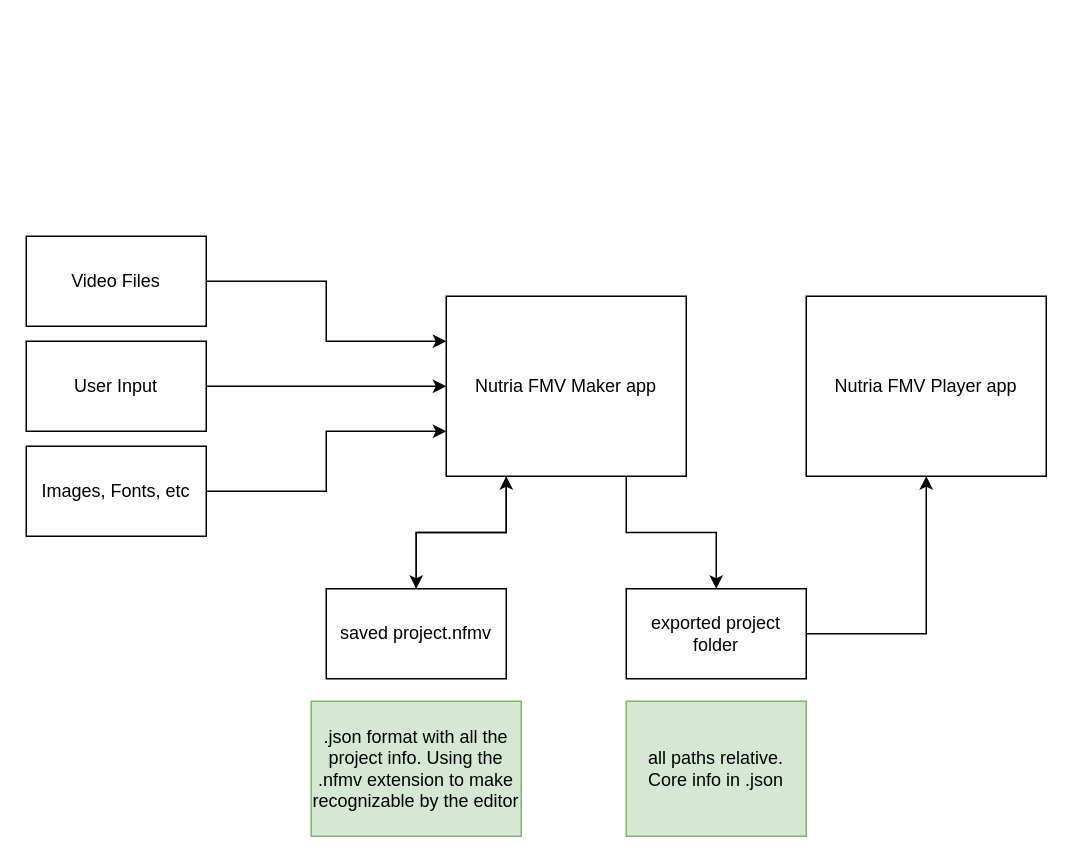
Before: page "Project I/O Diagram" (1 of 7) of Nutria FMV.drawio in k-pasta/Nutria_FMV_Maker, a draw.io diagram. Source tidied: cells renumbered, new cells numbered last; positions are measured from the earlier drawing's top-left corner, leaving out a move shared by most shapes. Both pictures are drawn from the tidied source at 150%, with x=0, y=0 at pixel (26, 236).
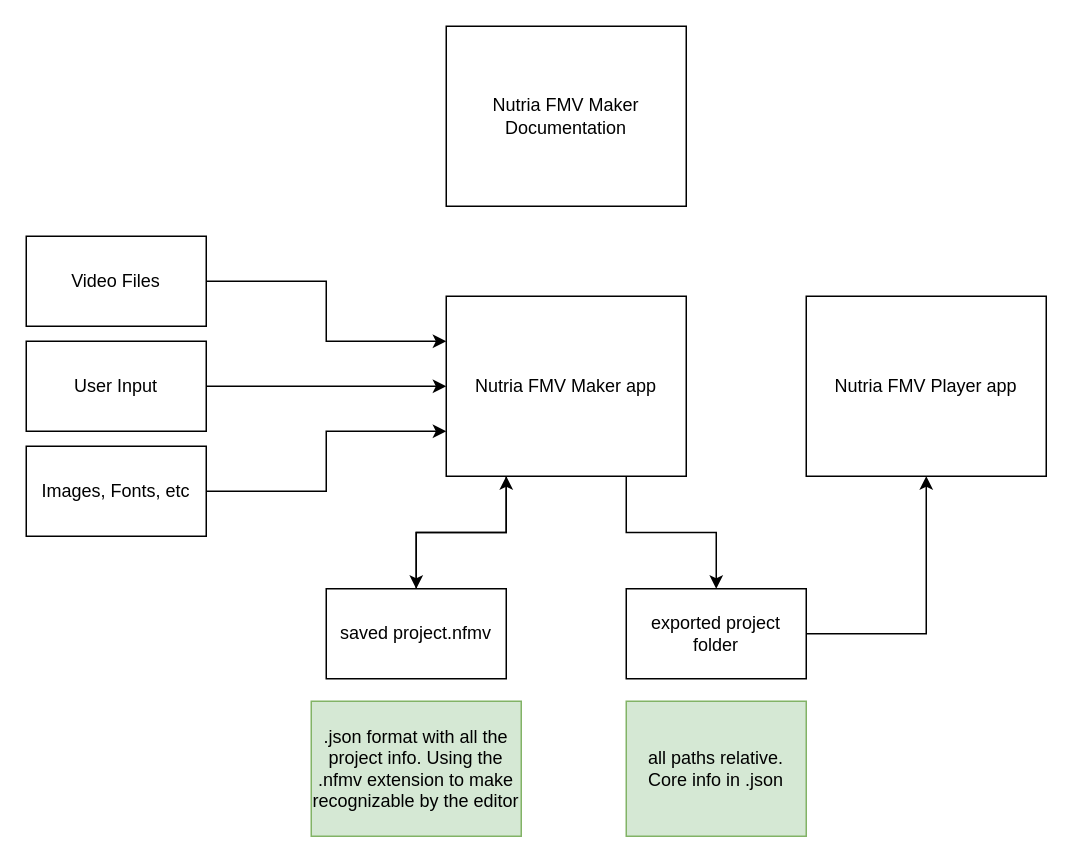
After the change.

The edit, as a diff of the source:
```diff
@@
 <mxGraphModel>
   <root>
     <mxCell id="0" />
     <mxCell id="1" parent="0" />
     <mxCell id="2" style="edgeStyle=orthogonalEdgeStyle;rounded=0;jettySize=auto;html=1;entryX=0.5;entryY=0;entryDx=0;entryDy=0;exitX=0.25;exitY=1;exitDx=0;exitDy=0;" parent="1" edge="1" source="4" target="6">
       <mxGeometry relative="1" as="geometry" />
     </mxCell>
     <mxCell id="3" style="edgeStyle=orthogonalEdgeStyle;rounded=0;jettySize=auto;html=1;exitX=0.75;exitY=1;exitDx=0;exitDy=0;entryX=0.5;entryY=0;entryDx=0;entryDy=0;" parent="1" edge="1" source="4" target="15">
       <mxGeometry relative="1" as="geometry" />
     </mxCell>
     <mxCell id="4" value="Nutria FMV Maker app" style="rounded=0;whiteSpace=wrap;html=1;" parent="1" vertex="1">
       <mxGeometry x="280" y="40" width="160" height="120" as="geometry" />
     </mxCell>
     <mxCell id="5" style="edgeStyle=orthogonalEdgeStyle;rounded=0;jettySize=auto;html=1;entryX=0.25;entryY=1;entryDx=0;entryDy=0;" parent="1" edge="1" source="6" target="4">
       <mxGeometry relative="1" as="geometry" />
     </mxCell>
     <mxCell id="6" value="saved project.nfmv" style="rounded=0;whiteSpace=wrap;html=1;" parent="1" vertex="1">
       <mxGeometry x="200" y="235" width="120" height="60" as="geometry" />
     </mxCell>
     <mxCell id="7" style="edgeStyle=orthogonalEdgeStyle;rounded=0;jettySize=auto;html=1;entryX=0;entryY=0.75;entryDx=0;entryDy=0;" parent="1" edge="1" source="8" target="4">
       <mxGeometry relative="1" as="geometry" />
     </mxCell>
     <mxCell id="8" value="Images, Fonts, etc" style="rounded=0;whiteSpace=wrap;html=1;" parent="1" vertex="1">
       <mxGeometry y="140" width="120" height="60" as="geometry" />
     </mxCell>
     <mxCell id="9" value="Nutria FMV Player app" style="rounded=0;whiteSpace=wrap;html=1;" parent="1" vertex="1">
       <mxGeometry x="520" y="40" width="160" height="120" as="geometry" />
     </mxCell>
     <mxCell id="10" style="edgeStyle=orthogonalEdgeStyle;rounded=0;jettySize=auto;html=1;entryX=0;entryY=0.25;entryDx=0;entryDy=0;" parent="1" edge="1" source="11" target="4">
       <mxGeometry relative="1" as="geometry" />
     </mxCell>
     <mxCell id="11" value="Video Files" style="rounded=0;whiteSpace=wrap;html=1;" parent="1" vertex="1">
       <mxGeometry width="120" height="60" as="geometry" />
     </mxCell>
     <mxCell id="12" style="edgeStyle=orthogonalEdgeStyle;rounded=0;jettySize=auto;html=1;entryX=0;entryY=0.5;entryDx=0;entryDy=0;" parent="1" edge="1" source="13" target="4">
       <mxGeometry relative="1" as="geometry" />
     </mxCell>
     <mxCell id="13" value="User Input" style="rounded=0;whiteSpace=wrap;html=1;" parent="1" vertex="1">
       <mxGeometry y="70" width="120" height="60" as="geometry" />
     </mxCell>
     <mxCell id="14" style="edgeStyle=orthogonalEdgeStyle;rounded=0;jettySize=auto;html=1;entryX=0.5;entryY=1;entryDx=0;entryDy=0;exitX=1;exitY=0.5;exitDx=0;exitDy=0;" parent="1" edge="1" source="15" target="9">
       <mxGeometry relative="1" as="geometry" />
     </mxCell>
     <mxCell id="15" value="exported project folder" style="rounded=0;whiteSpace=wrap;html=1;" parent="1" vertex="1">
       <mxGeometry x="400" y="235" width="120" height="60" as="geometry" />
     </mxCell>
     <mxCell id="16" value=".json format with all the project info. Using the .nfmv extension to make recognizable by the editor" style="text;html=1;align=center;verticalAlign=middle;whiteSpace=wrap;rounded=0;strokeColor=#82b366;fillColor=#d5e8d4;" parent="1" vertex="1">
       <mxGeometry x="190" y="310" width="140" height="90" as="geometry" />
     </mxCell>
     <mxCell id="17" value="all paths relative. Core info in .json" style="text;html=1;align=center;verticalAlign=middle;whiteSpace=wrap;rounded=0;strokeColor=#82b366;fillColor=#d5e8d4;" parent="1" vertex="1">
       <mxGeometry x="400" y="310" width="120" height="90" as="geometry" />
     </mxCell>
+    <mxCell id="18" value="Nutria FMV Maker Documentation" style="rounded=0;whiteSpace=wrap;html=1;" parent="1" vertex="1">
+      <mxGeometry x="280" y="-140" width="160" height="120" as="geometry" />
+    </mxCell>
   </root>
 </mxGraphModel>
```
